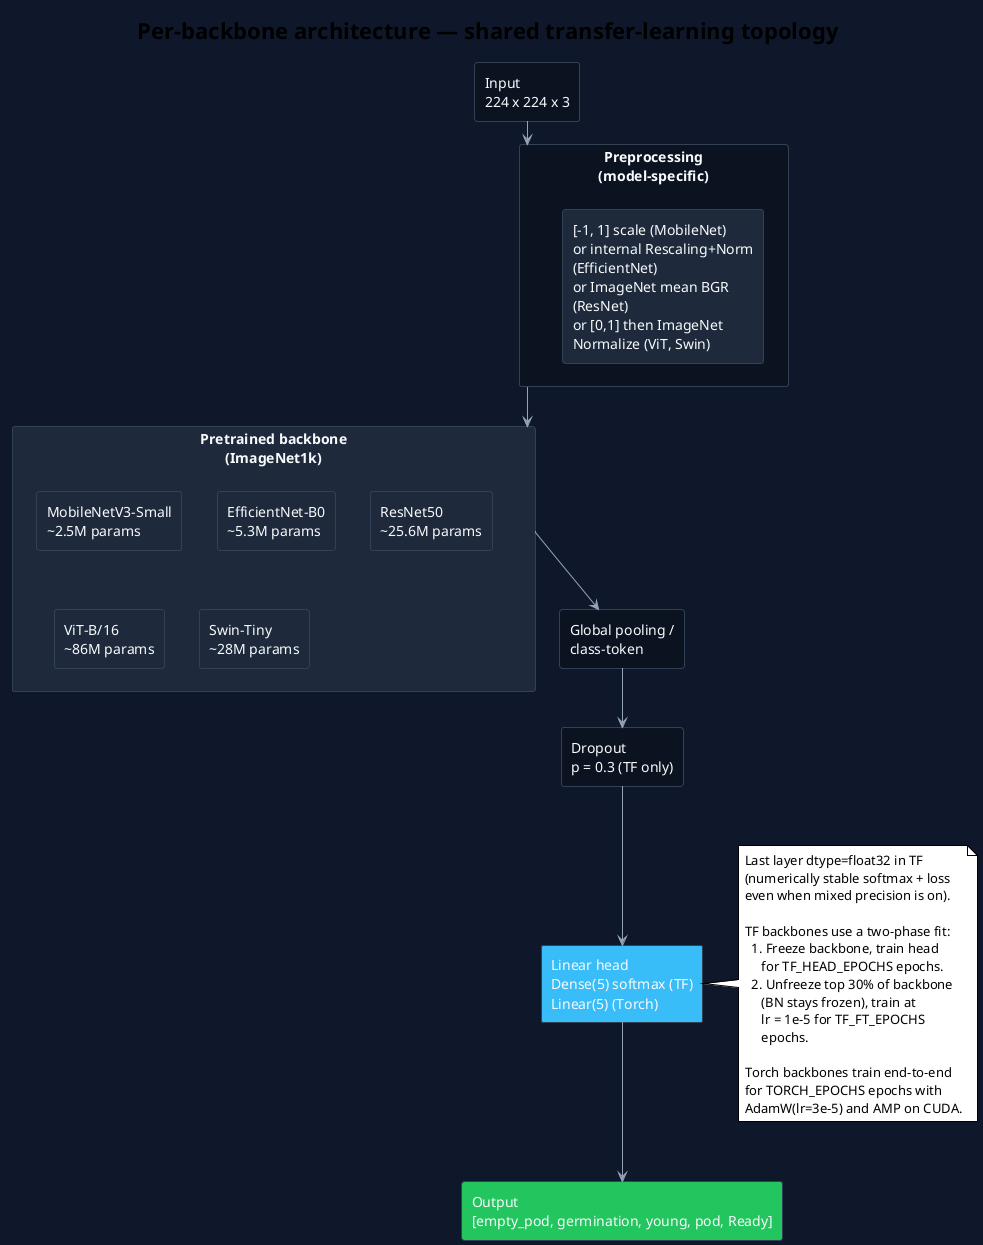
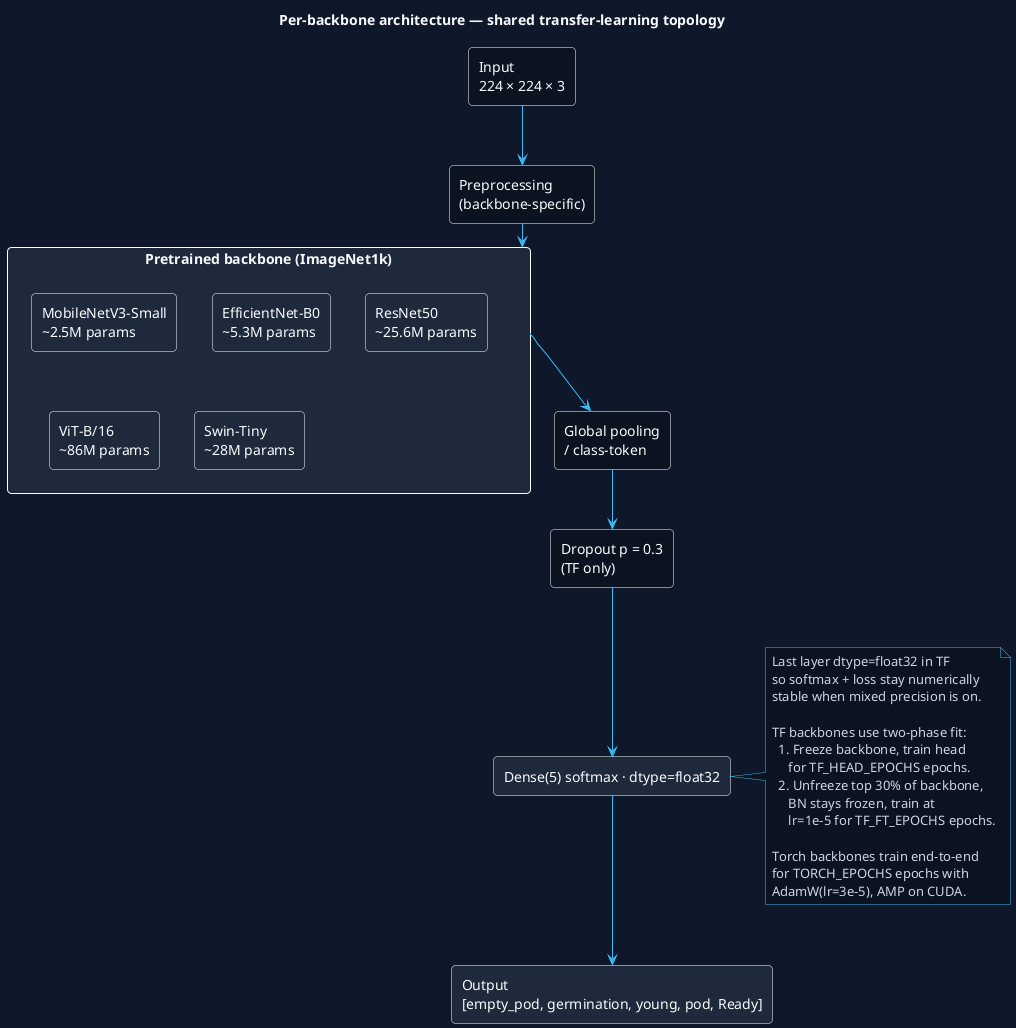
- @startuml
- !theme plain
+ @startuml 06_architecture_models
+ ' Figure 6 — Per-backbone Architecture (shared transfer-learning topology)
+ 
skinparam backgroundColor #0F172A
skinparam shadowing false
- skinparam rectangleBackgroundColor #1E293B
- skinparam rectangleBorderColor #334155
- skinparam rectangleFontColor #F8FAFC
- skinparam ArrowColor #94A3B8
- skinparam ArrowFontColor #CBD5E1
+ skinparam defaultFontName "Fira Sans"
+ skinparam defaultFontColor #F8FAFC
+ 
+ skinparam rectangle {
+   BorderColor rgba(148,163,184,0.30)
+   BackgroundColor #1E293B
+   FontColor #F8FAFC
+   RoundCorner 8
+ }
+ skinparam ArrowColor #38BDF8
+ skinparam ArrowFontColor #94A3B8
+ skinparam ArrowFontName "Fira Code"
+ skinparam noteFontColor #CBD5E1
+ skinparam noteFontName "Fira Code"
+ skinparam noteBackgroundColor #0B1220
+ skinparam noteBorderColor #38BDF8

title Per-backbone architecture — shared transfer-learning topology

- rectangle "Input\n224 x 224 x 3" as IN #0B1220
+ rectangle "Input\n224 × 224 × 3" as IN #0B1220

- rectangle "Preprocessing\n(model-specific)" as PP #0B1220 {
-   rectangle "[-1, 1] scale (MobileNet)\nor internal Rescaling+Norm\n(EfficientNet)\nor ImageNet mean BGR\n(ResNet)\nor [0,1] then ImageNet\nNormalize (ViT, Swin)" as PPN
- }
+ rectangle "Preprocessing\n(backbone-specific)" as PP #0B1220

- rectangle "Pretrained backbone\n(ImageNet1k)" as BB #1E293B {
+ rectangle "Pretrained backbone (ImageNet1k)" as BB {
  rectangle "MobileNetV3-Small\n~2.5M params" as B1
  rectangle "EfficientNet-B0\n~5.3M params" as B2
  rectangle "ResNet50\n~25.6M params" as B3
  rectangle "ViT-B/16\n~86M params" as B4
  rectangle "Swin-Tiny\n~28M params" as B5
}

- rectangle "Global pooling /\nclass-token" as POOL #0B1220
- 
- rectangle "Dropout\np = 0.3 (TF only)" as DO #0B1220
- 
- rectangle "Linear head\nDense(5) softmax (TF)\nLinear(5) (Torch)" as HEAD #38BDF8
- 
- rectangle "Output\n[empty_pod, germination, young, pod, Ready]" as OUT #22C55E
+ rectangle "Global pooling\n/ class-token" as POOL #0B1220
+ rectangle "Dropout p = 0.3\n(TF only)" as DO #0B1220
+ rectangle "Dense(5) softmax · dtype=float32" as HEAD
+ rectangle "Output\n[empty_pod, germination, young, pod, Ready]" as OUT

IN --> PP
PP --> BB
BB --> POOL
POOL --> DO
DO --> HEAD
HEAD --> OUT

note right of HEAD
  Last layer dtype=float32 in TF
-   (numerically stable softmax + loss
-   even when mixed precision is on).
+   so softmax + loss stay numerically
+   stable when mixed precision is on.

-   TF backbones use a two-phase fit:
+   TF backbones use two-phase fit:
    1. Freeze backbone, train head
       for TF_HEAD_EPOCHS epochs.
-     2. Unfreeze top 30% of backbone
-        (BN stays frozen), train at
-        lr = 1e-5 for TF_FT_EPOCHS
-        epochs.
+     2. Unfreeze top 30% of backbone,
+        BN stays frozen, train at
+        lr=1e-5 for TF_FT_EPOCHS epochs.

  Torch backbones train end-to-end
  for TORCH_EPOCHS epochs with
-   AdamW(lr=3e-5) and AMP on CUDA.
+   AdamW(lr=3e-5), AMP on CUDA.
end note

@enduml
